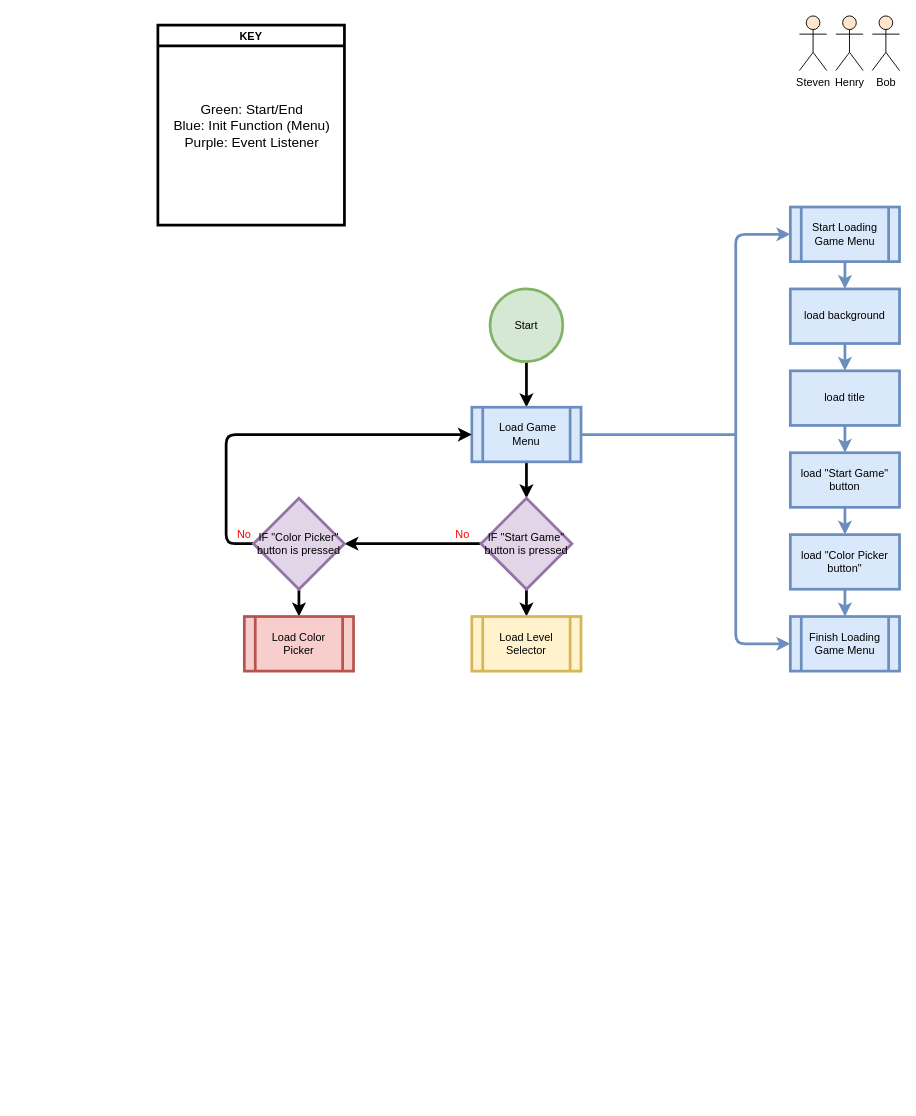
This is adventurePark.drawio from santinx07/adventurePark, a draw.io file, before an edit. Source tidied: cells renumbered, new cells numbered last; positions are measured from the earlier drawing's top-left corner, leaving out a move shared by most shapes. Both pictures are drawn from the tidied source at 91%, with x=0, y=0 at pixel (157, 15).
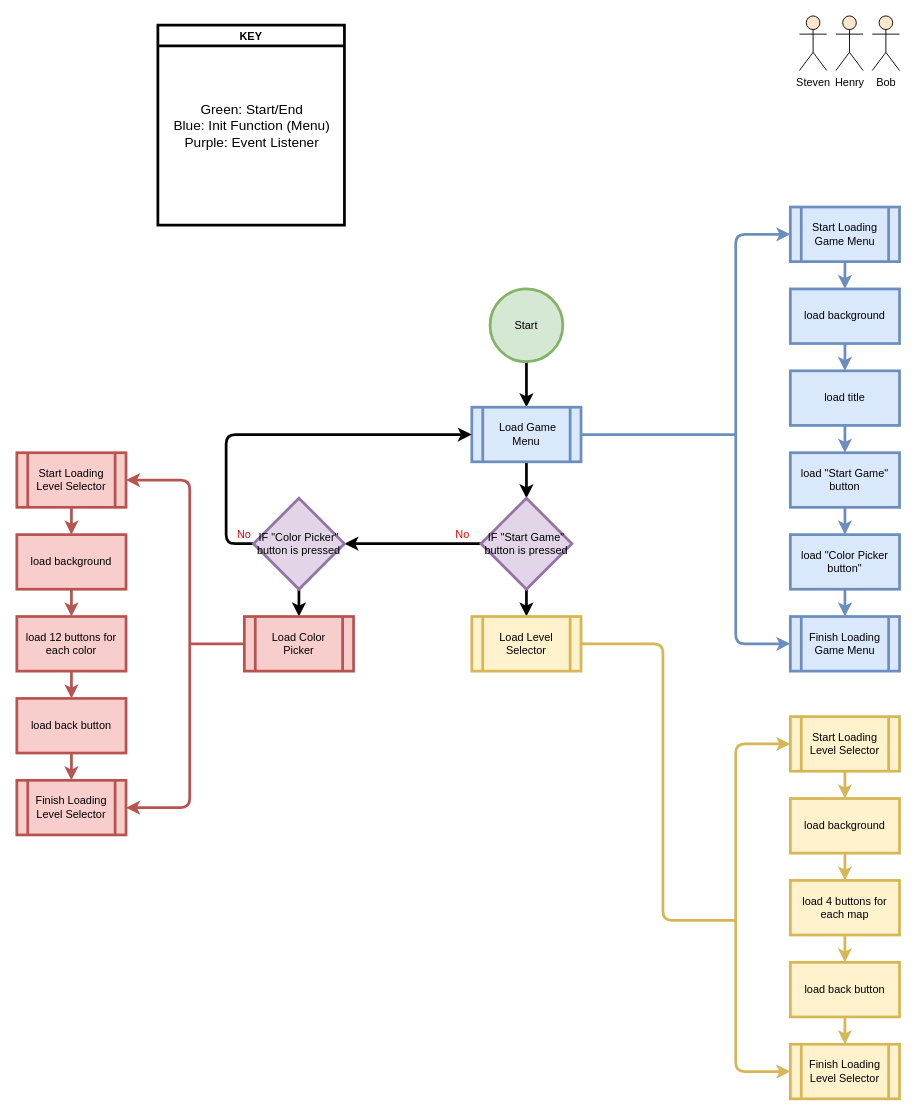
The same diagram, later.

Unchanged cells that the change refers to:
```xml
<mxCell id="32" value="Load Level Selector" style="shape=process;whiteSpace=wrap;html=1;backgroundOutline=1;strokeWidth=3;fillColor=#fff2cc;strokeColor=#d6b656;" parent="1" vertex="1">
  <mxGeometry x="345" y="660" width="120" height="60" as="geometry" />
</mxCell>
<mxCell id="33" value="Load Color Picker" style="shape=process;whiteSpace=wrap;html=1;backgroundOutline=1;strokeWidth=3;fillColor=#f8cecc;strokeColor=#b85450;" parent="1" vertex="1">
  <mxGeometry x="95" y="660" width="120" height="60" as="geometry" />
</mxCell>
```

The edit, as a diff of the source:
```diff
@@
+    <mxCell id="35" style="edgeStyle=orthogonalEdgeStyle;rounded=1;jettySize=auto;html=1;strokeWidth=3;fillColor=#fff2cc;strokeColor=#d6b656;endArrow=none;endFill=0;" parent="1" edge="1" source="32">
+      <mxGeometry relative="1" as="geometry">
+        <mxPoint x="635" y="994" as="targetPoint" />
+        <Array as="points">
+          <mxPoint x="555" y="690" />
+          <mxPoint x="555" y="994" />
+        </Array>
+      </mxGeometry>
+    </mxCell>
@@
+    <mxCell id="36" style="edgeStyle=orthogonalEdgeStyle;rounded=1;jettySize=auto;html=1;startArrow=none;startFill=0;endArrow=none;endFill=0;strokeWidth=3;fillColor=#f8cecc;strokeColor=#b85450;" parent="1" edge="1" source="33">
+      <mxGeometry relative="1" as="geometry">
+        <mxPoint x="35" y="690" as="targetPoint" />
+      </mxGeometry>
+    </mxCell>
@@
+    <mxCell id="37" style="edgeStyle=orthogonalEdgeStyle;rounded=0;jettySize=auto;html=1;entryX=0.5;entryY=0;entryDx=0;entryDy=0;strokeWidth=3;fillColor=#fff2cc;strokeColor=#d6b656;" parent="1" edge="1" source="38" target="42">
+      <mxGeometry relative="1" as="geometry" />
+    </mxCell>
+    <mxCell id="38" value="Start Loading Level Selector" style="shape=process;whiteSpace=wrap;html=1;backgroundOutline=1;fillColor=#fff2cc;strokeColor=#d6b656;strokeWidth=3;" parent="1" vertex="1">
+      <mxGeometry x="695" y="770" width="120" height="60" as="geometry" />
+    </mxCell>
+    <mxCell id="39" style="edgeStyle=orthogonalEdgeStyle;rounded=1;jettySize=auto;html=1;entryX=0;entryY=0.5;entryDx=0;entryDy=0;strokeWidth=3;fillColor=#fff2cc;strokeColor=#d6b656;startArrow=classic;startFill=1;" parent="1" edge="1" source="40" target="38">
+      <mxGeometry relative="1" as="geometry">
+        <Array as="points">
+          <mxPoint x="635" y="1160" />
+          <mxPoint x="635" y="800" />
+        </Array>
+      </mxGeometry>
+    </mxCell>
+    <mxCell id="40" value="Finish Loading Level Selector" style="shape=process;whiteSpace=wrap;html=1;backgroundOutline=1;strokeWidth=3;fillColor=#fff2cc;strokeColor=#d6b656;" parent="1" vertex="1">
+      <mxGeometry x="695" y="1130" width="120" height="60" as="geometry" />
+    </mxCell>
+    <mxCell id="41" style="edgeStyle=orthogonalEdgeStyle;rounded=0;jettySize=auto;html=1;entryX=0.5;entryY=0;entryDx=0;entryDy=0;strokeWidth=3;fillColor=#fff2cc;strokeColor=#d6b656;" parent="1" edge="1" source="42" target="44">
+      <mxGeometry relative="1" as="geometry" />
+    </mxCell>
+    <mxCell id="42" value="load background" style="rounded=0;whiteSpace=wrap;html=1;strokeWidth=3;fillColor=#fff2cc;strokeColor=#d6b656;" parent="1" vertex="1">
+      <mxGeometry x="695" y="860" width="120" height="60" as="geometry" />
+    </mxCell>
+    <mxCell id="43" style="edgeStyle=orthogonalEdgeStyle;rounded=0;jettySize=auto;html=1;entryX=0.5;entryY=0;entryDx=0;entryDy=0;strokeWidth=3;fillColor=#fff2cc;strokeColor=#d6b656;" parent="1" edge="1" source="44" target="46">
+      <mxGeometry relative="1" as="geometry" />
+    </mxCell>
+    <mxCell id="44" value="load 4 buttons for each map" style="rounded=0;whiteSpace=wrap;html=1;strokeWidth=3;fillColor=#fff2cc;strokeColor=#d6b656;" parent="1" vertex="1">
+      <mxGeometry x="695" y="950" width="120" height="60" as="geometry" />
+    </mxCell>
+    <mxCell id="45" style="edgeStyle=orthogonalEdgeStyle;rounded=0;jettySize=auto;html=1;entryX=0.5;entryY=0;entryDx=0;entryDy=0;strokeWidth=3;fillColor=#fff2cc;strokeColor=#d6b656;" parent="1" edge="1" source="46" target="40">
+      <mxGeometry relative="1" as="geometry" />
+    </mxCell>
+    <mxCell id="46" value="load back button" style="rounded=0;whiteSpace=wrap;html=1;strokeWidth=3;fillColor=#fff2cc;strokeColor=#d6b656;" parent="1" vertex="1">
+      <mxGeometry x="695" y="1040" width="120" height="60" as="geometry" />
+    </mxCell>
+    <mxCell id="47" style="edgeStyle=orthogonalEdgeStyle;rounded=0;jettySize=auto;html=1;entryX=0.5;entryY=0;entryDx=0;entryDy=0;strokeWidth=3;fillColor=#f8cecc;strokeColor=#b85450;" parent="1" edge="1" source="48" target="52">
+      <mxGeometry relative="1" as="geometry" />
+    </mxCell>
+    <mxCell id="48" value="Start Loading Level Selector" style="shape=process;whiteSpace=wrap;html=1;backgroundOutline=1;fillColor=#f8cecc;strokeColor=#b85450;strokeWidth=3;" parent="1" vertex="1">
+      <mxGeometry x="-155" y="480" width="120" height="60" as="geometry" />
+    </mxCell>
+    <mxCell id="49" style="edgeStyle=orthogonalEdgeStyle;rounded=1;jettySize=auto;html=1;entryX=1;entryY=0.5;entryDx=0;entryDy=0;strokeWidth=3;fillColor=#f8cecc;strokeColor=#b85450;startArrow=classic;startFill=1;exitX=1;exitY=0.5;exitDx=0;exitDy=0;" parent="1" edge="1" source="50" target="48">
+      <mxGeometry relative="1" as="geometry">
+        <Array as="points">
+          <mxPoint x="35" y="870" />
+          <mxPoint x="35" y="510" />
+        </Array>
+      </mxGeometry>
+    </mxCell>
+    <mxCell id="50" value="Finish Loading Level Selector" style="shape=process;whiteSpace=wrap;html=1;backgroundOutline=1;strokeWidth=3;fillColor=#f8cecc;strokeColor=#b85450;" parent="1" vertex="1">
+      <mxGeometry x="-155" y="840" width="120" height="60" as="geometry" />
+    </mxCell>
+    <mxCell id="51" style="edgeStyle=orthogonalEdgeStyle;rounded=0;jettySize=auto;html=1;entryX=0.5;entryY=0;entryDx=0;entryDy=0;strokeWidth=3;fillColor=#f8cecc;strokeColor=#b85450;" parent="1" edge="1" source="52" target="54">
+      <mxGeometry relative="1" as="geometry" />
+    </mxCell>
+    <mxCell id="52" value="load background" style="rounded=0;whiteSpace=wrap;html=1;strokeWidth=3;fillColor=#f8cecc;strokeColor=#b85450;" parent="1" vertex="1">
+      <mxGeometry x="-155" y="570" width="120" height="60" as="geometry" />
+    </mxCell>
+    <mxCell id="53" style="edgeStyle=orthogonalEdgeStyle;rounded=0;jettySize=auto;html=1;entryX=0.5;entryY=0;entryDx=0;entryDy=0;strokeWidth=3;fillColor=#f8cecc;strokeColor=#b85450;" parent="1" edge="1" source="54" target="56">
+      <mxGeometry relative="1" as="geometry" />
+    </mxCell>
+    <mxCell id="54" value="load 12 buttons for each color" style="rounded=0;whiteSpace=wrap;html=1;strokeWidth=3;fillColor=#f8cecc;strokeColor=#b85450;" parent="1" vertex="1">
+      <mxGeometry x="-155" y="660" width="120" height="60" as="geometry" />
+    </mxCell>
+    <mxCell id="55" style="edgeStyle=orthogonalEdgeStyle;rounded=0;jettySize=auto;html=1;entryX=0.5;entryY=0;entryDx=0;entryDy=0;strokeWidth=3;fillColor=#f8cecc;strokeColor=#b85450;" parent="1" edge="1" source="56" target="50">
+      <mxGeometry relative="1" as="geometry" />
+    </mxCell>
+    <mxCell id="56" value="load back button" style="rounded=0;whiteSpace=wrap;html=1;strokeWidth=3;fillColor=#f8cecc;strokeColor=#b85450;" parent="1" vertex="1">
+      <mxGeometry x="-155" y="750" width="120" height="60" as="geometry" />
+    </mxCell>
```
